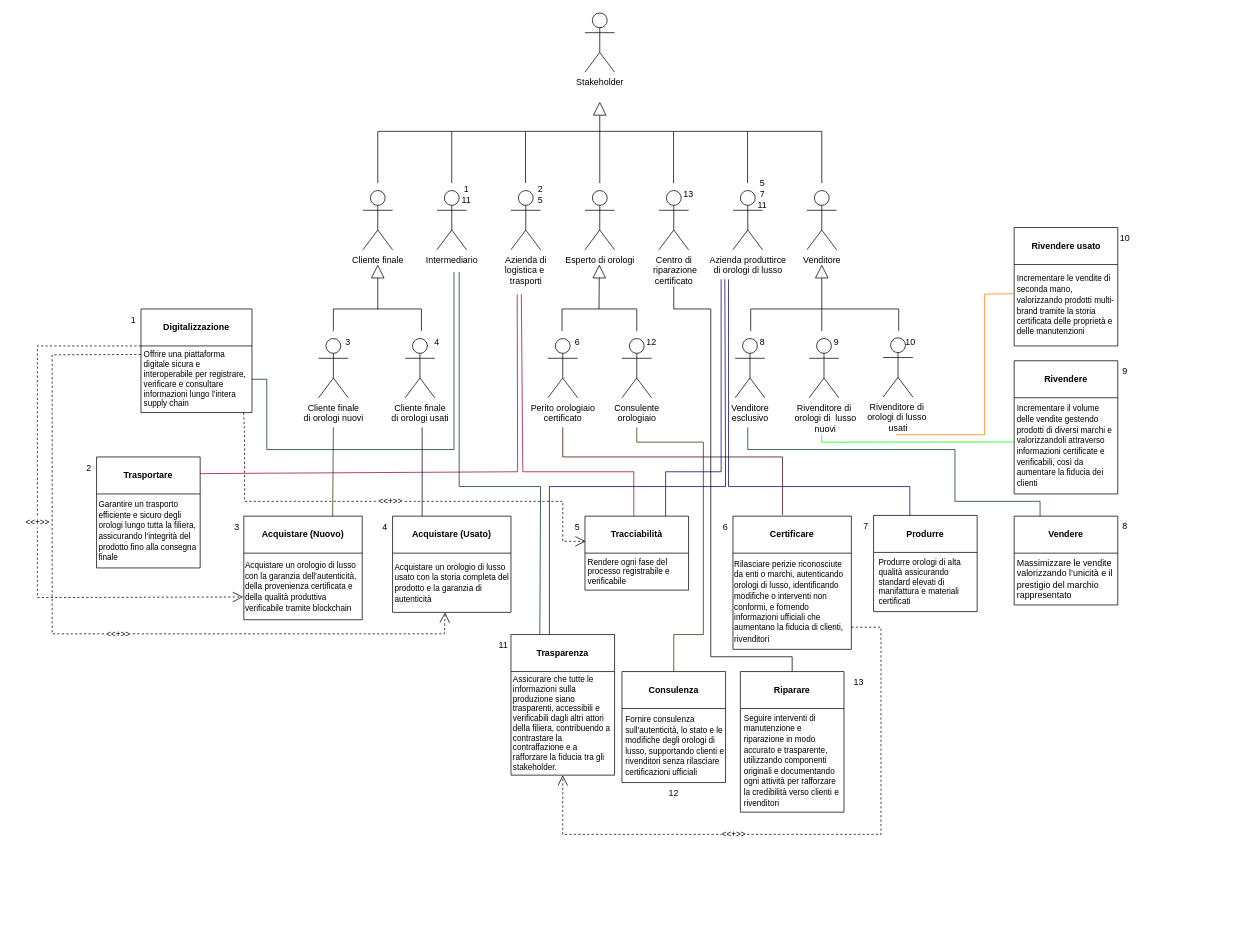
Earlier version of the draw.io diagram Diagrammi/DependencyDiagram.drawio (Vittorio92/ProgettoSistemiInformativi). Source tidied: cells renumbered, new cells numbered last; positions are measured from the earlier drawing's top-left corner, leaving out a move shared by most shapes. Both pictures are drawn from the tidied source at 74%, with x=0, y=0 at pixel (37, 13).
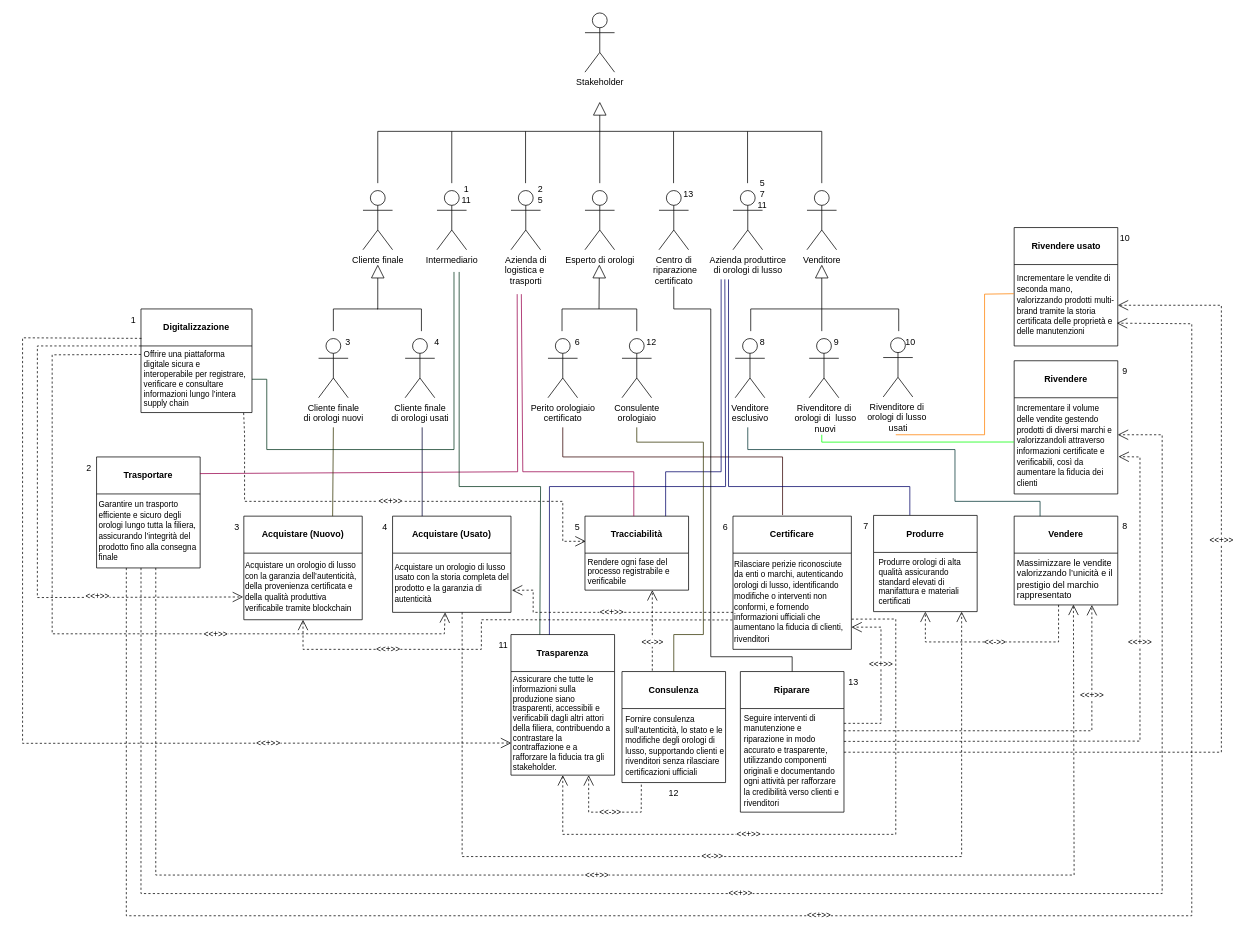
The same diagram, later.

Commit message (it also covers changes not shown here):
DependencyDiagram ed introduzione secondo capirolo

The change refers to these unchanged cells:
```xml
<mxCell id="31" value="&lt;font style=&quot;font-size: 11px;&quot;&gt;Rilasciare perizie riconosciute da enti o marchi, autenticando orologi di lusso, identificando modifiche o interventi non conformi, e fornendo informazioni ufficiali che aumentano la fiducia di clienti, rivenditori&lt;/font&gt;" style="text;html=1;whiteSpace=wrap;strokeColor=none;fillColor=none;align=left;verticalAlign=middle;rounded=0;" parent="30" vertex="1">
  <mxGeometry y="50" width="160" height="130" as="geometry" />
</mxCell>
<mxCell id="33" value="&lt;font style=&quot;font-size: 11px;&quot;&gt;Acquistare un orologio di lusso con la garanzia dell’autenticità, della provenienza certificata e della qualità produttiva verificabile tramite blockchain&lt;/font&gt;" style="text;html=1;whiteSpace=wrap;strokeColor=none;fillColor=none;align=left;verticalAlign=middle;rounded=0;" parent="32" vertex="1">
  <mxGeometry y="50" width="160" height="90" as="geometry" />
</mxCell>
<mxCell id="39" value="Massimizzare le vendite&amp;nbsp; valorizzando l’unicità e il prestigio del marchio rappresentato" style="text;html=1;whiteSpace=wrap;strokeColor=none;fillColor=none;align=left;verticalAlign=middle;rounded=0;spacingLeft=2;" parent="38" vertex="1">
  <mxGeometry y="50" width="140" height="70" as="geometry" />
</mxCell>
<mxCell id="41" value="&lt;font style=&quot;font-size: 11px;&quot;&gt;Incrementare il volume delle vendite gestendo prodotti di diversi marchi e valorizzandoli attraverso informazioni certificate e verificabili, così da aumentare la fiducia dei clienti&lt;/font&gt;" style="text;html=1;whiteSpace=wrap;strokeColor=none;fillColor=none;align=left;verticalAlign=middle;rounded=0;spacingLeft=2;" parent="40" vertex="1">
  <mxGeometry y="50" width="140" height="130" as="geometry" />
</mxCell>
<mxCell id="42" value="&lt;b&gt;Digitalizzazione&lt;/b&gt;" style="swimlane;fontStyle=0;horizontal=1;startSize=50;whiteSpace=wrap;html=1;" parent="1" vertex="1">
  <mxGeometry x="140" y="400" width="150" height="140" as="geometry" />
</mxCell>
<mxCell id="45" value="Assicurare che tutte le informazioni sulla produzione siano trasparenti, accessibili e verificabili dagli altri attori della filiera, contribuendo a contrastare la contraffazione e a rafforzare la fiducia tra gli stakeholder." style="text;html=1;whiteSpace=wrap;strokeColor=none;fillColor=none;align=left;verticalAlign=middle;rounded=0;fontSize=11;spacingLeft=1;" parent="44" vertex="1">
  <mxGeometry y="50" width="140" height="140" as="geometry" />
</mxCell>
<mxCell id="47" value="Produrre orologi di alta qualità assicurando standard elevati di manifattura e materiali certificati&amp;nbsp;" style="text;html=1;whiteSpace=wrap;strokeColor=none;fillColor=none;align=left;verticalAlign=middle;rounded=0;spacingLeft=5;fontSize=11;" parent="46" vertex="1">
  <mxGeometry y="50" width="140" height="80" as="geometry" />
</mxCell>
<mxCell id="51" value="&lt;font style=&quot;font-size: 11px;&quot;&gt;Garantire un trasporto efficiente e sicuro degli orologi lungo tutta la filiera, assicurando l’integrità del prodotto fino alla consegna finale&lt;/font&gt;" style="text;html=1;whiteSpace=wrap;strokeColor=none;fillColor=none;align=left;verticalAlign=middle;rounded=0;spacingLeft=1;" parent="50" vertex="1">
  <mxGeometry y="50" width="140" height="100" as="geometry" />
</mxCell>
<mxCell id="53" value="&lt;font style=&quot;font-size: 11px;&quot;&gt;Incrementare le vendite di seconda mano, valorizzando prodotti multi-brand tramite la storia certificata delle proprietà e delle manutenzioni&lt;/font&gt;" style="text;html=1;whiteSpace=wrap;strokeColor=none;fillColor=none;align=left;verticalAlign=middle;rounded=0;spacingLeft=2;" parent="52" vertex="1">
  <mxGeometry y="50" width="140" height="110" as="geometry" />
</mxCell>
<mxCell id="55" value="&lt;font style=&quot;font-size: 11px;&quot;&gt;Fornire consulenza sull’autenticità, lo stato e le modifiche degli orologi di lusso, supportando clienti e rivenditori senza rilasciare certificazioni ufficiali&lt;/font&gt;" style="text;html=1;whiteSpace=wrap;strokeColor=none;fillColor=none;align=left;verticalAlign=middle;rounded=0;spacingLeft=3;" parent="54" vertex="1">
  <mxGeometry y="50" width="140" height="100" as="geometry" />
</mxCell>
```

The edit, as a diff of the source:
```diff
@@
     <mxCell id="83" value="13" style="text;html=1;whiteSpace=wrap;strokeColor=none;fillColor=none;align=center;verticalAlign=middle;rounded=0;" parent="1" vertex="1">
-      <mxGeometry x="1080" y="890" width="60" height="30" as="geometry" />
+      <mxGeometry x="1073" y="890" width="60" height="30" as="geometry" />
     </mxCell>
@@
     <mxCell id="95" value="&amp;lt;&amp;lt;+&amp;gt;&amp;gt;" style="endArrow=open;endSize=12;dashed=1;html=1;rounded=0;entryX=-0.006;entryY=0.658;entryDx=0;entryDy=0;entryPerimeter=0;" parent="1" edge="1" target="33">
-      <mxGeometry relative="1" as="geometry">
+      <mxGeometry x="0.48" y="1" relative="1" as="geometry">
         <mxPoint x="140" y="450" as="sourcePoint" />
         <Array as="points">
           <mxPoint y="450" />
           <mxPoint y="790" />
         </Array>
       </mxGeometry>
     </mxCell>
     <mxCell id="96" value="&amp;lt;&amp;lt;+&amp;gt;&amp;gt;" style="endArrow=open;endSize=12;dashed=1;html=1;rounded=0;exitX=0;exitY=0.25;exitDx=0;exitDy=0;" parent="1" edge="1">
-      <mxGeometry x="0.11" y="-1" relative="1" as="geometry">
+      <mxGeometry x="0.36" y="-1" relative="1" as="geometry">
         <mxPoint x="140" y="461.5" as="sourcePoint" />
         <mxPoint x="551" y="810" as="targetPoint" />
         <Array as="points">
           <mxPoint x="20" y="462" />
           <mxPoint x="20" y="839" />
           <mxPoint x="550" y="839" />
         </Array>
       </mxGeometry>
     </mxCell>
@@
-    <mxCell id="98" value="&amp;lt;&amp;lt;+&amp;gt;&amp;gt;" style="endArrow=open;endSize=12;dashed=1;html=1;rounded=0;entryX=0.5;entryY=1;entryDx=0;entryDy=0;" parent="1" edge="1" target="45">
+    <mxCell id="98" value="&amp;lt;&amp;lt;+&amp;gt;&amp;gt;" style="endArrow=open;endSize=12;dashed=1;html=1;rounded=0;entryX=0.5;entryY=1;entryDx=0;entryDy=0;exitX=1.002;exitY=0.686;exitDx=0;exitDy=0;exitPerimeter=0;" parent="1" edge="1" source="31" target="45">
       <mxGeometry x="0.25" relative="1" as="geometry">
-        <mxPoint x="1100" y="830" as="sourcePoint" />
         <Array as="points">
-          <mxPoint x="1140" y="830" />
-          <mxPoint x="1140" y="1110" />
+          <mxPoint x="1160" y="819" />
+          <mxPoint x="1160" y="1110" />
           <mxPoint x="710" y="1110" />
         </Array>
       </mxGeometry>
     </mxCell>
+    <mxCell id="99" value="&amp;lt;&amp;lt;-&amp;gt;&amp;gt;" style="endArrow=open;endSize=12;dashed=1;html=1;rounded=0;entryX=0.5;entryY=1;entryDx=0;entryDy=0;" parent="1" edge="1" target="47">
+      <mxGeometry relative="1" as="geometry">
+        <mxPoint x="1380" y="800" as="sourcePoint" />
+        <Array as="points">
+          <mxPoint x="1380" y="850" />
+          <mxPoint x="1200" y="850" />
+        </Array>
+      </mxGeometry>
+    </mxCell>
+    <mxCell id="100" value="&amp;lt;&amp;lt;+&amp;gt;&amp;gt;" style="endArrow=open;endSize=12;dashed=1;html=1;rounded=0;entryX=0.003;entryY=0.683;entryDx=0;entryDy=0;entryPerimeter=0;exitX=0.005;exitY=0.284;exitDx=0;exitDy=0;exitPerimeter=0;" parent="1" edge="1" source="42">
+      <mxGeometry x="0.52" relative="1" as="geometry">
+        <mxPoint x="640.4" y="986.6" as="targetPoint" />
+        <Array as="points">
+          <mxPoint x="-20" y="439" />
+          <mxPoint x="-20" y="721" />
+          <mxPoint x="-20" y="987" />
+        </Array>
+      </mxGeometry>
+    </mxCell>
+    <mxCell id="101" value="&amp;lt;&amp;lt;+&amp;gt;&amp;gt;" style="endArrow=open;endSize=12;dashed=1;html=1;rounded=0;entryX=1.008;entryY=0.627;entryDx=0;entryDy=0;entryPerimeter=0;" parent="1" edge="1">
+      <mxGeometry relative="1" as="geometry">
+        <mxPoint x="940" y="810" as="sourcePoint" />
+        <mxPoint x="641.3" y="780.2" as="targetPoint" />
+        <Array as="points">
+          <mxPoint x="670" y="810" />
+          <mxPoint x="670" y="780" />
+        </Array>
+      </mxGeometry>
+    </mxCell>
+    <mxCell id="102" value="&amp;lt;&amp;lt;+&amp;gt;&amp;gt;" style="endArrow=open;endSize=12;dashed=1;html=1;rounded=0;exitX=-0.005;exitY=0.656;exitDx=0;exitDy=0;exitPerimeter=0;entryX=0.5;entryY=1;entryDx=0;entryDy=0;" parent="1" edge="1" target="33">
+      <mxGeometry x="0.53" relative="1" as="geometry">
+        <mxPoint x="939.2" y="820.3" as="sourcePoint" />
+        <Array as="points">
+          <mxPoint x="600" y="820" />
+          <mxPoint x="600" y="860" />
+          <mxPoint x="359" y="860" />
+        </Array>
+      </mxGeometry>
+    </mxCell>
+    <mxCell id="103" value="&amp;lt;&amp;lt;-&amp;gt;&amp;gt;" style="endArrow=open;endSize=12;dashed=1;html=1;rounded=0;exitX=0.187;exitY=1.028;exitDx=0;exitDy=0;exitPerimeter=0;entryX=0.75;entryY=1;entryDx=0;entryDy=0;" parent="1" edge="1" source="55" target="45">
+      <mxGeometry relative="1" as="geometry">
+        <Array as="points">
+          <mxPoint x="816" y="1080" />
+          <mxPoint x="745" y="1080" />
+        </Array>
+      </mxGeometry>
+    </mxCell>
+    <mxCell id="104" value="&amp;lt;&amp;lt;+&amp;gt;&amp;gt;" style="endArrow=open;endSize=12;dashed=1;html=1;rounded=0;entryX=1.007;entryY=0.612;entryDx=0;entryDy=0;entryPerimeter=0;" parent="1" edge="1" target="41">
+      <mxGeometry x="0.31" relative="1" as="geometry">
+        <mxPoint x="1090" y="984.4" as="sourcePoint" />
+        <Array as="points">
+          <mxPoint x="1490" y="984" />
+          <mxPoint x="1490" y="600" />
+        </Array>
+      </mxGeometry>
+    </mxCell>
+    <mxCell id="105" value="&amp;lt;&amp;lt;+&amp;gt;&amp;gt;" style="endArrow=open;endSize=12;dashed=1;html=1;rounded=0;entryX=1;entryY=0.5;entryDx=0;entryDy=0;" parent="1" edge="1" target="53">
+      <mxGeometry x="0.27" relative="1" as="geometry">
+        <mxPoint x="1090" y="999" as="sourcePoint" />
+        <Array as="points">
+          <mxPoint x="1600" y="999" />
+          <mxPoint x="1600" y="395" />
+        </Array>
+      </mxGeometry>
+    </mxCell>
+    <mxCell id="106" value="&amp;lt;&amp;lt;+&amp;gt;&amp;gt;" style="endArrow=open;endSize=12;dashed=1;html=1;rounded=0;entryX=0.75;entryY=1;entryDx=0;entryDy=0;" parent="1" edge="1" target="39">
+      <mxGeometry x="0.52" relative="1" as="geometry">
+        <mxPoint x="1090" y="970" as="sourcePoint" />
+        <Array as="points">
+          <mxPoint x="1425" y="970" />
+        </Array>
+        <mxPoint y="1" as="offset" />
+      </mxGeometry>
+    </mxCell>
+    <mxCell id="107" value="&amp;lt;&amp;lt;-&amp;gt;&amp;gt;" style="endArrow=open;endSize=12;dashed=1;html=1;rounded=0;entryX=0.5;entryY=1;entryDx=0;entryDy=0;" parent="1" edge="1">
+      <mxGeometry x="-0.29" relative="1" as="geometry">
+        <mxPoint x="831" y="888.8" as="sourcePoint" />
+        <mxPoint x="831" y="780" as="targetPoint" />
+      </mxGeometry>
+    </mxCell>
+    <mxCell id="108" value="&amp;lt;&amp;lt;+&amp;gt;&amp;gt;" style="endArrow=open;endSize=12;dashed=1;html=1;rounded=0;entryX=1;entryY=0.308;entryDx=0;entryDy=0;entryPerimeter=0;exitX=0.429;exitY=1;exitDx=0;exitDy=0;exitPerimeter=0;" parent="1" edge="1" source="51">
+      <mxGeometry relative="1" as="geometry">
+        <mxPoint x="1460" y="570" as="targetPoint" />
+        <Array as="points">
+          <mxPoint x="140" y="1190" />
+          <mxPoint x="1520" y="1190" />
+          <mxPoint x="1520" y="570" />
+        </Array>
+      </mxGeometry>
+    </mxCell>
+    <mxCell id="109" value="&amp;lt;&amp;lt;+&amp;gt;&amp;gt;" style="endArrow=open;endSize=12;dashed=1;html=1;rounded=0;entryX=0.572;entryY=0.994;entryDx=0;entryDy=0;entryPerimeter=0;" parent="1" edge="1" target="39">
+      <mxGeometry relative="1" as="geometry">
+        <mxPoint x="160" y="750" as="sourcePoint" />
+        <Array as="points">
+          <mxPoint x="160" y="1165" />
+          <mxPoint x="1401" y="1165" />
+        </Array>
+      </mxGeometry>
+    </mxCell>
+    <mxCell id="110" value="&amp;lt;&amp;lt;+&amp;gt;&amp;gt;" style="endArrow=open;endSize=12;dashed=1;html=1;rounded=0;entryX=0.991;entryY=0.72;entryDx=0;entryDy=0;entryPerimeter=0;" parent="1" edge="1">
+      <mxGeometry relative="1" as="geometry">
+        <mxPoint x="120.2" y="750" as="sourcePoint" />
+        <mxPoint x="1458.7" y="419.2" as="targetPoint" />
+        <Array as="points">
+          <mxPoint x="120.2" y="1220" />
+          <mxPoint x="1560" y="1220" />
+          <mxPoint x="1560" y="420" />
+        </Array>
+      </mxGeometry>
+    </mxCell>
+    <mxCell id="111" value="&amp;lt;&amp;lt;-&amp;gt;&amp;gt;" style="endArrow=open;endSize=12;dashed=1;html=1;rounded=0;entryX=0.75;entryY=1;entryDx=0;entryDy=0;" parent="1" edge="1">
+      <mxGeometry relative="1" as="geometry">
+        <mxPoint x="574" y="810" as="sourcePoint" />
+        <mxPoint x="1249" y="809" as="targetPoint" />
+        <Array as="points">
+          <mxPoint x="574" y="1140" />
+          <mxPoint x="1249" y="1140" />
+        </Array>
+      </mxGeometry>
+    </mxCell>
+    <mxCell id="112" value="&amp;lt;&amp;lt;+&amp;gt;&amp;gt;" style="endArrow=open;endSize=12;dashed=1;html=1;rounded=0;" parent="1" edge="1">
+      <mxGeometry x="0.18" relative="1" as="geometry">
+        <mxPoint x="1090" y="960" as="sourcePoint" />
+        <mxPoint x="1100" y="830" as="targetPoint" />
+        <Array as="points">
+          <mxPoint x="1140" y="960" />
+          <mxPoint x="1140" y="830" />
+        </Array>
+      </mxGeometry>
+    </mxCell>
```
